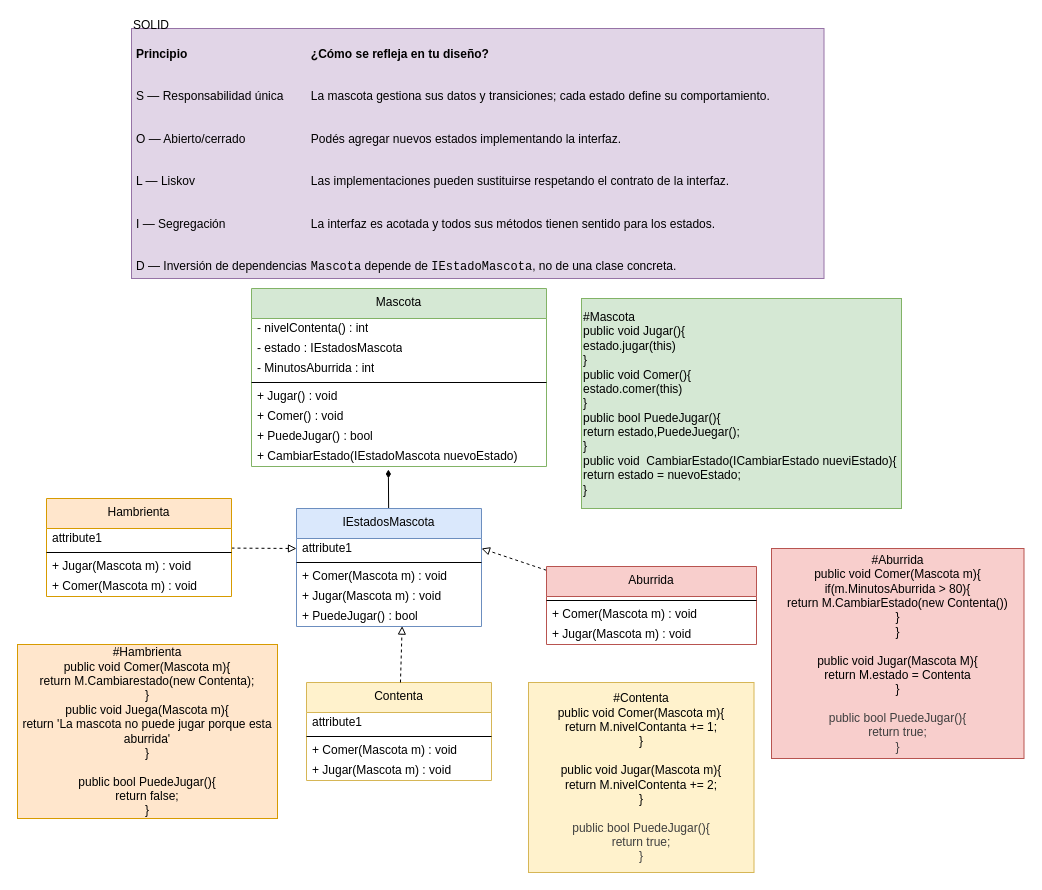
The draw.io diagram clase_23/mascota.dio in EdgarSteinberg/programacion-2-repaso, before the edit. Source tidied: cells renumbered, new cells numbered last; positions are measured from the earlier drawing's top-left corner, leaving out a move shared by most shapes. Both pictures are drawn from the tidied source at 100%, with x=0, y=0 at pixel (17, 28).
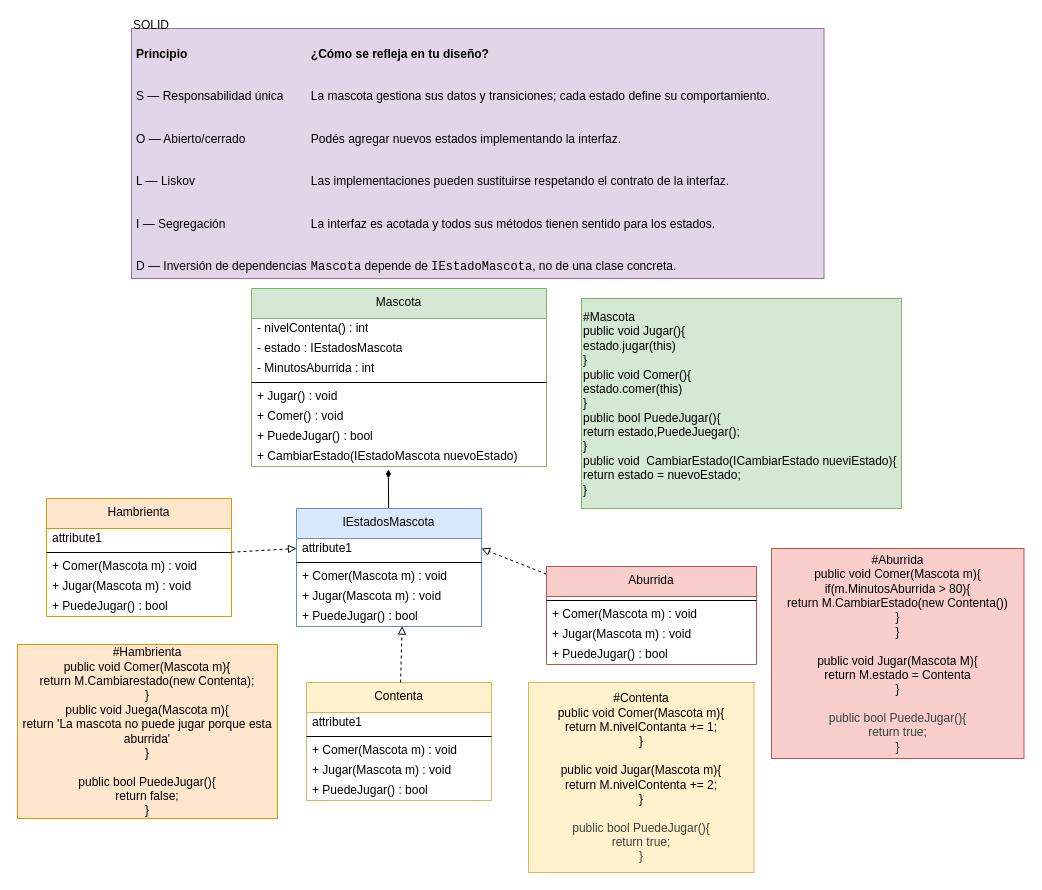
The same diagram, later.

Commit message:
actualizando diagrama UML mascota

Change to the diagram source:
```diff
@@
     <mxCell id="11" value="Contenta" style="swimlane;fontStyle=0;align=center;verticalAlign=top;horizontal=1;startSize=30;html=1;whiteSpace=wrap;fillColor=#fff2cc;strokeColor=#d6b656;" parent="1" vertex="1">
-      <mxGeometry x="289" y="654" width="185" height="98" as="geometry" />
+      <mxGeometry x="289" y="654" width="185" height="118" as="geometry" />
     </mxCell>
@@
+    <mxCell id="40" value="+ PuedeJugar() : bool" style="text;html=1;strokeColor=none;fillColor=none;align=left;verticalAlign=middle;spacingLeft=4;spacingRight=4;overflow=hidden;whiteSpace=wrap;" parent="11" vertex="1">
+      <mxGeometry y="98" width="185" height="20" as="geometry" />
+    </mxCell>
@@
     <mxCell id="17" value="Hambrienta" style="swimlane;fontStyle=0;align=center;verticalAlign=top;horizontal=1;startSize=30;html=1;whiteSpace=wrap;fillColor=#ffe6cc;strokeColor=#d79b00;" parent="1" vertex="1">
-      <mxGeometry x="29" y="470" width="185" height="98" as="geometry" />
+      <mxGeometry x="29" y="470" width="185" height="118" as="geometry" />
     </mxCell>
@@
+    <mxCell id="21" value="+ Comer(Mascota m) : void" style="text;html=1;strokeColor=none;fillColor=none;align=left;verticalAlign=middle;spacingLeft=4;spacingRight=4;overflow=hidden;whiteSpace=wrap;" parent="17" vertex="1">
+      <mxGeometry y="58" width="185" height="20" as="geometry" />
+    </mxCell>
     <mxCell id="20" value="+ Jugar(Mascota m) : void" style="text;html=1;strokeColor=none;fillColor=none;align=left;verticalAlign=middle;spacingLeft=4;spacingRight=4;overflow=hidden;whiteSpace=wrap;" parent="17" vertex="1">
-      <mxGeometry y="58" width="185" height="20" as="geometry" />
+      <mxGeometry y="78" width="185" height="20" as="geometry" />
     </mxCell>
-    <mxCell id="21" value="+ Comer(Mascota m) : void" style="text;html=1;strokeColor=none;fillColor=none;align=left;verticalAlign=middle;spacingLeft=4;spacingRight=4;overflow=hidden;whiteSpace=wrap;" parent="17" vertex="1">
-      <mxGeometry y="78" width="185" height="20" as="geometry" />
-    </mxCell>
+    <mxCell id="41" value="+ PuedeJugar() : bool" style="text;html=1;strokeColor=none;fillColor=none;align=left;verticalAlign=middle;spacingLeft=4;spacingRight=4;overflow=hidden;whiteSpace=wrap;" parent="17" vertex="1">
+      <mxGeometry y="98" width="185" height="20" as="geometry" />
+    </mxCell>
@@
     <mxCell id="30" value="Aburrida" style="swimlane;fontStyle=0;align=center;verticalAlign=top;horizontal=1;startSize=30;html=1;whiteSpace=wrap;fillColor=#f8cecc;strokeColor=#b85450;" parent="1" vertex="1">
-      <mxGeometry x="529" y="538" width="210" height="78" as="geometry" />
+      <mxGeometry x="529" y="538" width="210" height="98" as="geometry" />
     </mxCell>
@@
+    <mxCell id="42" value="+ PuedeJugar() : bool" style="text;html=1;strokeColor=none;fillColor=none;align=left;verticalAlign=middle;spacingLeft=4;spacingRight=4;overflow=hidden;whiteSpace=wrap;" parent="30" vertex="1">
+      <mxGeometry y="78" width="210" height="20" as="geometry" />
+    </mxCell>
```
